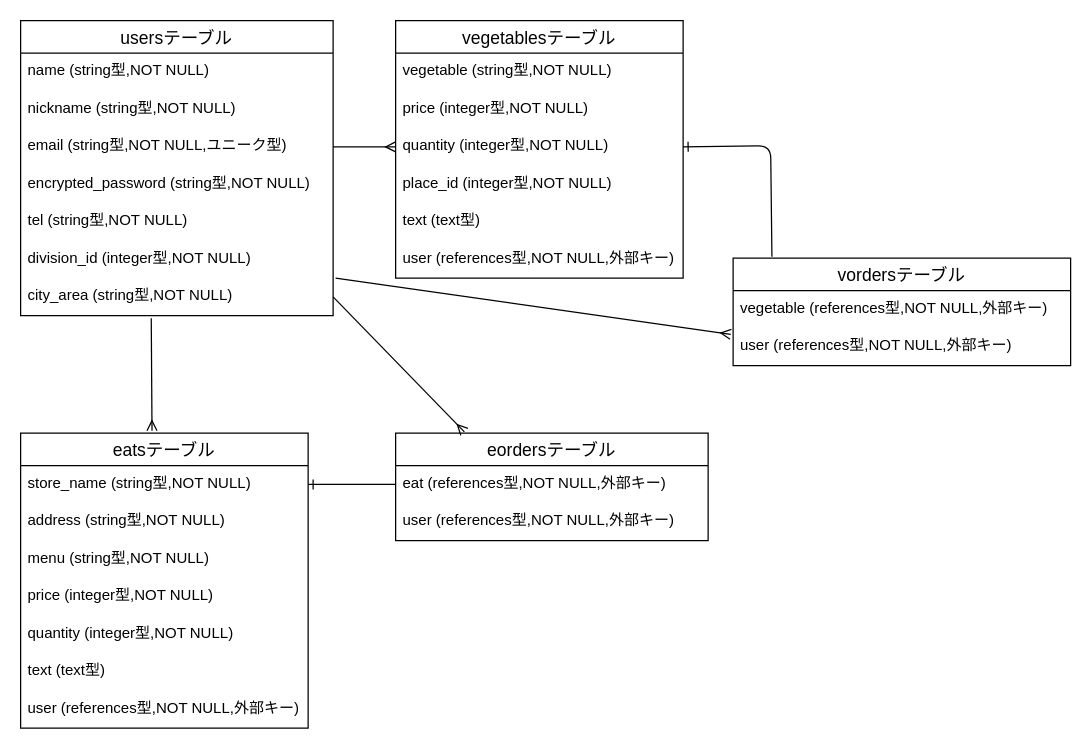
Earlier version of the draw.io diagram er.dio (ayako913/marche). Source tidied: cells renumbered, new cells numbered last; positions are measured from the earlier drawing's top-left corner, leaving out a move shared by most shapes. Both pictures are drawn from the tidied source at 125%, with x=0, y=0 at pixel (20, 20).
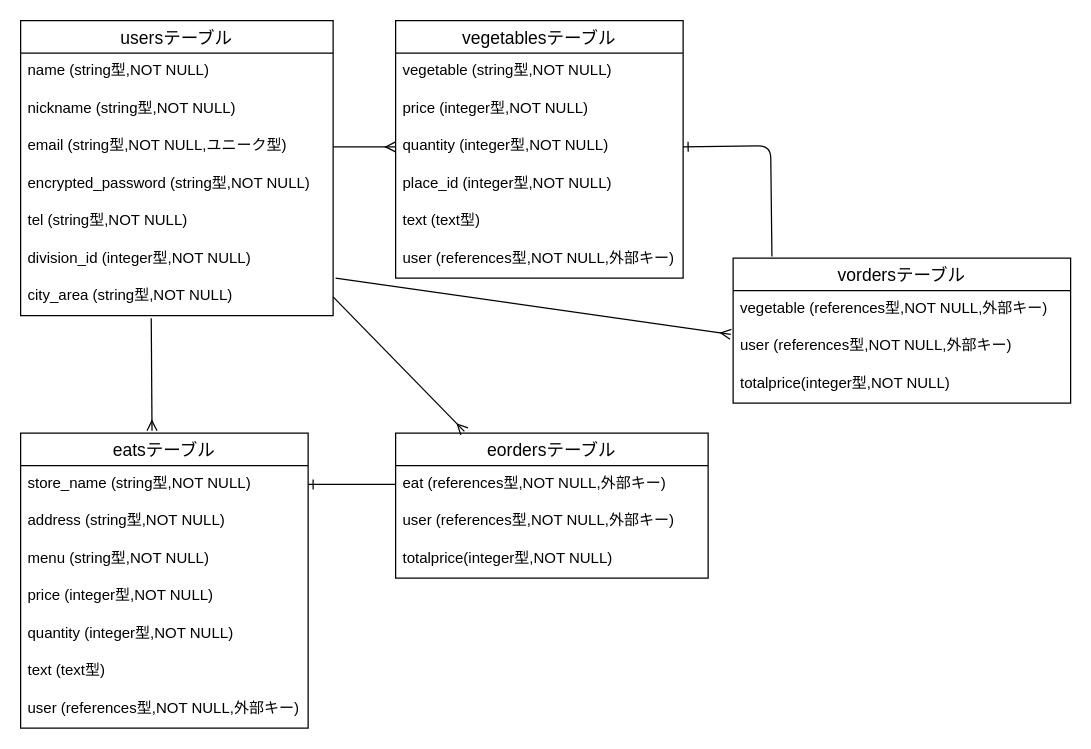
After the change.

Diff of the diagram source:
```diff
@@
     <mxCell id="26" value="vordersテーブル" style="swimlane;fontStyle=0;horizontal=1;startSize=26;align=center;fontSize=14;" parent="1" vertex="1">
-      <mxGeometry x="570" y="190" width="270" height="86" as="geometry" />
+      <mxGeometry x="570" y="190" width="270" height="116" as="geometry" />
     </mxCell>
@@
+    <mxCell id="37" value="totalprice(integer型,NOT NULL)" style="text;strokeColor=none;fillColor=none;spacingLeft=4;spacingRight=4;overflow=hidden;fontSize=12;" parent="26" vertex="1">
+      <mxGeometry y="86" width="270" height="30" as="geometry" />
+    </mxCell>
     <mxCell id="29" value="eordersテーブル" style="swimlane;fontStyle=0;horizontal=1;startSize=26;align=center;fontSize=14;" parent="1" vertex="1">
-      <mxGeometry x="300" y="330" width="250" height="86" as="geometry" />
+      <mxGeometry x="300" y="330" width="250" height="116" as="geometry" />
     </mxCell>
@@
+    <mxCell id="38" value="totalprice(integer型,NOT NULL)" style="text;strokeColor=none;fillColor=none;spacingLeft=4;spacingRight=4;overflow=hidden;fontSize=12;" parent="29" vertex="1">
+      <mxGeometry y="86" width="250" height="30" as="geometry" />
+    </mxCell>
```
